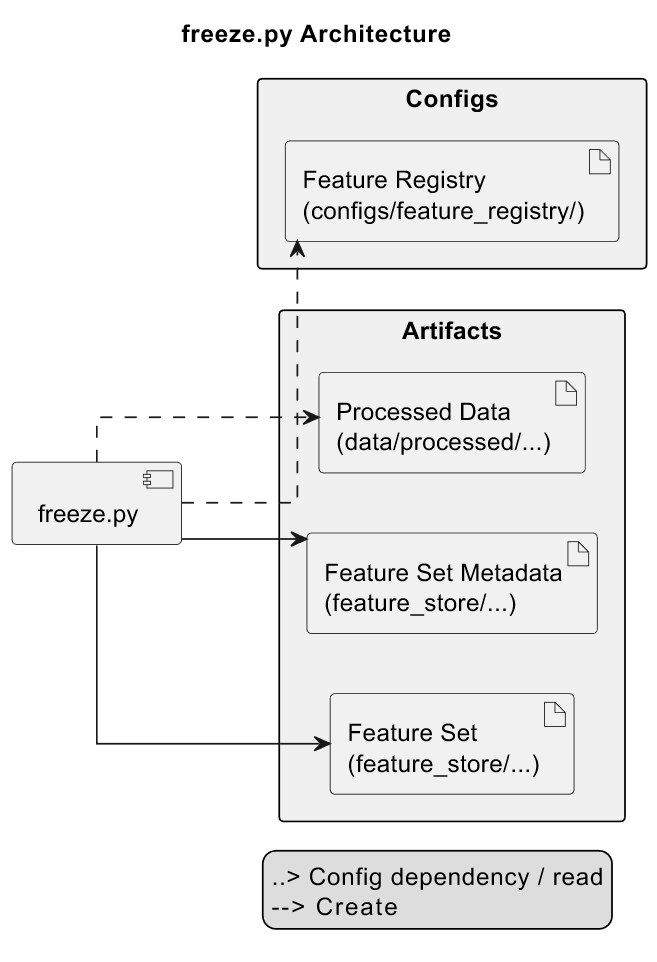
Above: docs/architecture/img/freeze.png in Sebastijan-Dominis/ml-workflow-engine (PlantUML), before the change. Its source is kept beside it as docs/architecture/uml/freeze.puml.
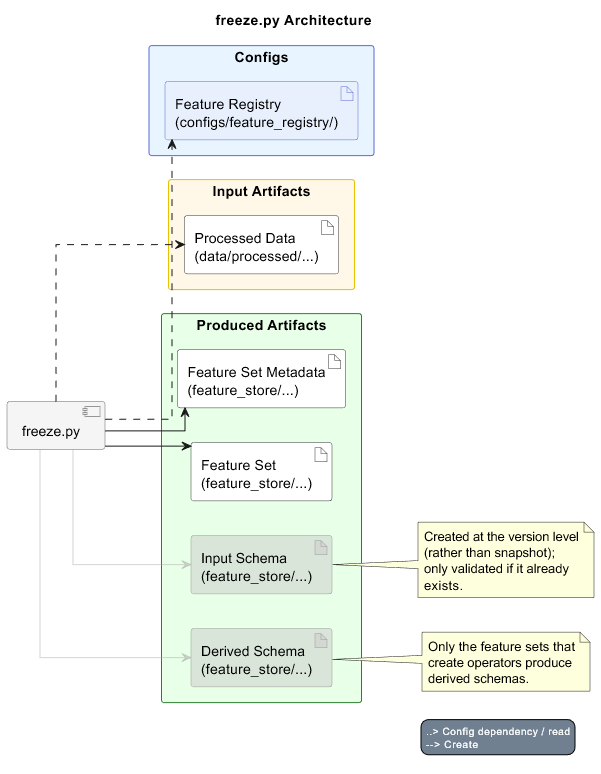
Later version of the same file.

Diff of the diagram source:
```diff
@@ -1,27 +1,27 @@
 @startuml freeze.py Architecture
 title freeze.py Architecture
+!include architecture-theme.puml
 left to right direction
 
 skinparam shadowing false
 skinparam linetype ortho
 skinparam packageStyle rectangle
 
-skinparam package {
-    BorderColor black
-    BackgroundColor #f0f0f0
-    Shadowing false
+package "Configs"<<Configs>> {
+    artifact feature_registry as "Feature Registry\n(configs/feature_registry/)" <<config>>
 }
 
-package "Configs" {
-    artifact feature_registry as "Feature Registry\n(configs/feature_registry/)"
+component script as "freeze.py" <<script>>
+
+package "Input Artifacts"<<InputArtifacts>> {
+    artifact processed_data as "Processed Data\n(data/processed/...)" <<artifact>>
 }
 
-component script as "freeze.py"
-
-package "Artifacts" {
-    artifact processed_data as "Processed Data\n(data/processed/...)"
-    artifact feature_set_metadata as "Feature Set Metadata\n(feature_store/...)"
-    artifact features as "Feature Set\n(feature_store/...)"
+package "Produced Artifacts"<<ProducedArtifacts>> {
+    artifact feature_set_metadata as "Feature Set Metadata\n(feature_store/...)" <<artifact>>
+    artifact feature_set as "Feature Set\n(feature_store/...)" <<artifact>>
+    artifact input_schema as "Input Schema\n(feature_store/...)" <<artifact_optional>>
+    artifact derived_schema as "Derived Schema\n(feature_store/...)" <<artifact_optional>>
 }
 
 script ..> feature_registry
@@ -29,7 +29,22 @@
 script ..> processed_data
 
 script --> feature_set_metadata
-script --> features
+script --> feature_set
+script --[#AAAAAA80]> input_schema
+script --[#AAAAAA80]> derived_schema
+
+note right of input_schema
+Created at the version level
+(rather than snapshot);
+only validated if it already
+exists.
+end note
+
+note right of derived_schema
+Only the feature sets that
+create operators produce
+derived schemas.
+end note
 
 legend right
 ..>   Config dependency / read
```
